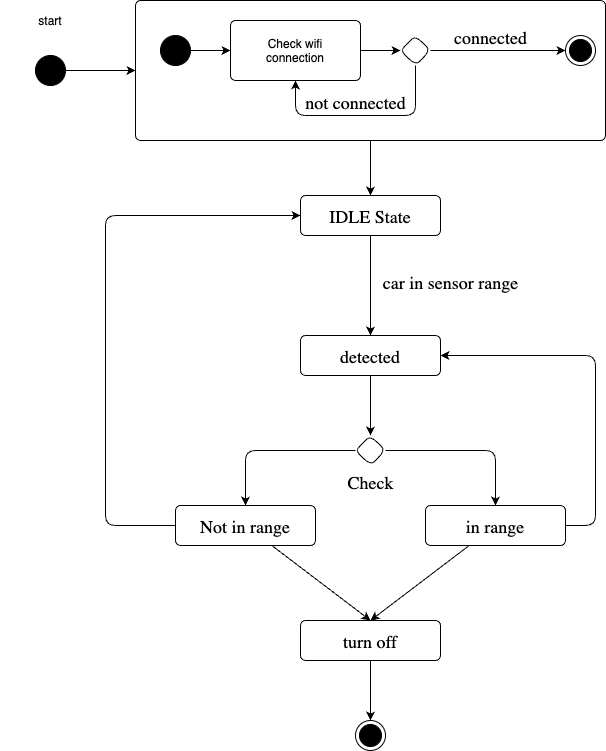
This is src/algorithm.drawio.png from tems2548/circuit_project_1, a draw.io export, as it was before one commit. Source tidied: cells renumbered, new cells last; positions are measured from the earlier drawing's top-left corner, leaving out a move shared by most shapes.
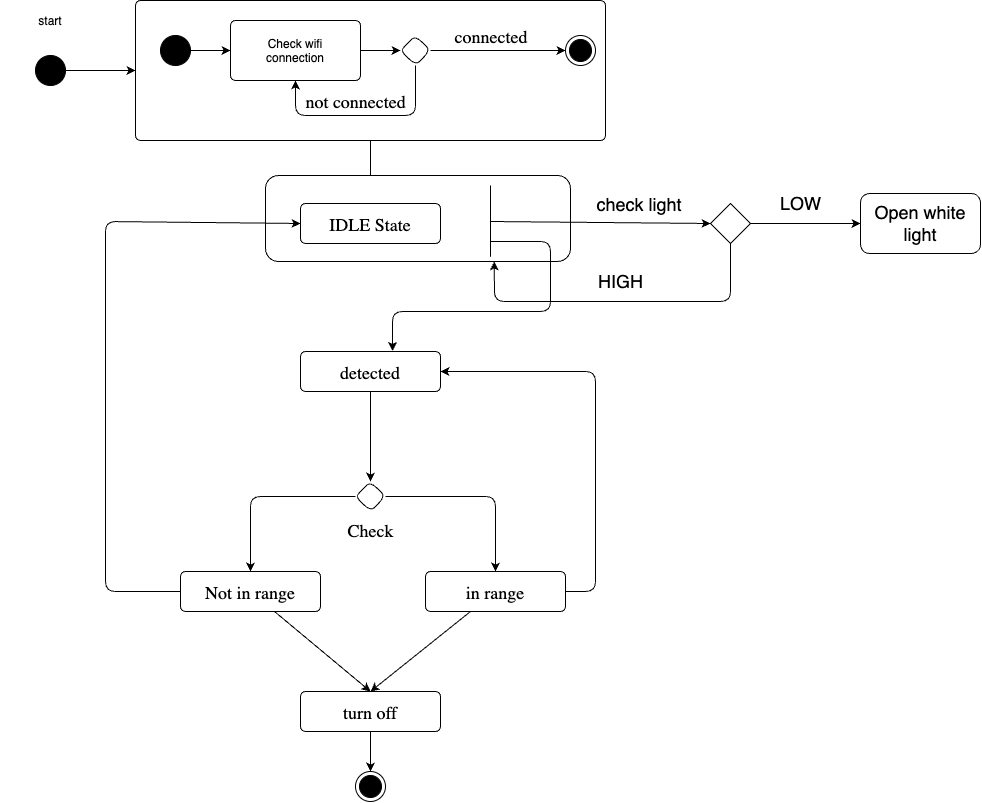
After the commit.

What changed in the source:
```diff
@@ -1,4 +1,4 @@
-<mxGraphModel background="#ffffff" shadow="1">
+<mxGraphModel background="#ffffff">
   <root>
     <mxCell id="0" />
     <mxCell id="1" parent="0" />
@@ -56,64 +56,56 @@
     <mxCell id="16" style="ellipse;shape=endState;fillColor=strokeColor;shadow=0;fontFamily=Lucida Console;fontSize=18;labelBackgroundColor=none;fontColor=default;verticalAlign=middle;labelBorderColor=none;rounded=1;" parent="1" vertex="1">
       <mxGeometry x="565" y="35" width="30" height="30" as="geometry" />
     </mxCell>
-    <mxCell id="17" style="edgeStyle=none;entryX=0.5;entryY=0;entryDx=0;entryDy=0;fontFamily=Lucida Console;fontSize=18;labelBackgroundColor=none;fontColor=default;verticalAlign=middle;labelBorderColor=none;rounded=1;" parent="1" edge="1" source="19" target="22">
-      <mxGeometry relative="1" as="geometry" />
-    </mxCell>
-    <mxCell id="18" value="car in sensor range" style="edgeLabel;align=center;verticalAlign=middle;fontSize=18;fontFamily=Lucida Console;labelBackgroundColor=none;fontColor=default;labelBorderColor=none;rounded=1;" parent="17" vertex="1">
-      <mxGeometry x="0.34" relative="1" as="geometry">
-        <mxPoint x="80" y="-22" as="offset" />
-      </mxGeometry>
-    </mxCell>
-    <mxCell id="19" value="IDLE State" style="align=center;verticalAlign=middle;rounded=1;absoluteArcSize=1;arcSize=10;dashed=0;shadow=0;fontFamily=Lucida Console;fontSize=18;labelBackgroundColor=none;fontColor=default;labelBorderColor=none;" parent="1" vertex="1">
-      <mxGeometry x="300" y="195" width="140" height="40" as="geometry" />
-    </mxCell>
     <mxCell id="20" style="edgeStyle=none;entryX=0.5;entryY=0;entryDx=0;entryDy=0;fontFamily=Lucida Console;fontSize=18;labelBackgroundColor=none;fontColor=default;verticalAlign=middle;labelBorderColor=none;rounded=1;" parent="1" edge="1" source="22" target="25">
       <mxGeometry relative="1" as="geometry" />
     </mxCell>
     <mxCell id="21" value="Check" style="edgeLabel;align=center;verticalAlign=middle;fontSize=18;fontFamily=Lucida Console;labelBackgroundColor=none;fontColor=default;labelBorderColor=none;rounded=1;" parent="20" vertex="1">
       <mxGeometry x="-0.67" y="1" relative="1" as="geometry">
-        <mxPoint x="-1" y="95" as="offset" />
+        <mxPoint x="-1" y="123" as="offset" />
       </mxGeometry>
     </mxCell>
     <mxCell id="22" value="detected" style="align=center;verticalAlign=middle;rounded=1;absoluteArcSize=1;arcSize=10;dashed=0;shadow=0;fontFamily=Lucida Console;fontSize=18;labelBackgroundColor=none;fontColor=default;labelBorderColor=none;" parent="1" vertex="1">
-      <mxGeometry x="300" y="335" width="140" height="40" as="geometry" />
+      <mxGeometry x="300" y="351" width="140" height="40" as="geometry" />
     </mxCell>
     <mxCell id="23" style="edgeStyle=none;entryX=0.5;entryY=0;entryDx=0;entryDy=0;fontFamily=Lucida Console;fontSize=18;labelBackgroundColor=none;fontColor=default;verticalAlign=middle;labelBorderColor=none;rounded=1;" parent="1" edge="1" source="25" target="31">
       <mxGeometry relative="1" as="geometry">
         <Array as="points">
-          <mxPoint x="245" y="450" />
+          <mxPoint x="250" y="496" />
         </Array>
       </mxGeometry>
     </mxCell>
     <mxCell id="24" style="edgeStyle=none;fontFamily=Lucida Console;fontSize=18;entryX=0.5;entryY=0;entryDx=0;entryDy=0;labelBackgroundColor=none;fontColor=default;verticalAlign=middle;labelBorderColor=none;rounded=1;" parent="1" edge="1" source="25" target="28">
       <mxGeometry relative="1" as="geometry">
         <Array as="points">
-          <mxPoint x="495" y="450" />
+          <mxPoint x="495" y="496" />
         </Array>
       </mxGeometry>
     </mxCell>
     <mxCell id="25" style="rhombus;shadow=0;fontFamily=Lucida Console;fontSize=18;labelBackgroundColor=none;fontColor=default;verticalAlign=middle;labelBorderColor=none;rounded=1;" parent="1" vertex="1">
-      <mxGeometry x="355" y="435" width="30" height="30" as="geometry" />
+      <mxGeometry x="355" y="481" width="30" height="30" as="geometry" />
     </mxCell>
-    <mxCell id="26" style="edgeStyle=none;entryX=1;entryY=0.5;entryDx=0;entryDy=0;fontFamily=Lucida Console;fontSize=18;labelBackgroundColor=none;fontColor=default;verticalAlign=middle;labelBorderColor=none;rounded=1;" parent="1" edge="1" source="28" target="22">
+    <mxCell id="26" style="edgeStyle=none;entryX=1;entryY=0.5;entryDx=0;entryDy=0;fontFamily=Lucida Console;fontSize=18;labelBackgroundColor=none;fontColor=default;verticalAlign=middle;labelBorderColor=none;rounded=1;exitX=1;exitY=0.5;exitDx=0;exitDy=0;" parent="1" edge="1" source="28" target="22">
       <mxGeometry relative="1" as="geometry">
         <Array as="points">
-          <mxPoint x="595" y="525" />
-          <mxPoint x="595" y="355" />
+          <mxPoint x="595" y="591" />
+          <mxPoint x="595" y="371" />
         </Array>
       </mxGeometry>
     </mxCell>
     <mxCell id="27" style="edgeStyle=none;entryX=0.5;entryY=0;entryDx=0;entryDy=0;fontFamily=Lucida Console;fontSize=18;labelBackgroundColor=none;fontColor=default;verticalAlign=middle;labelBorderColor=none;rounded=1;" parent="1" edge="1" source="28" target="33">
       <mxGeometry relative="1" as="geometry" />
     </mxCell>
+    <mxCell id="35" style="rounded=1;whiteSpace=wrap;html=1;" parent="1" vertex="1">
+      <mxGeometry x="265" y="175" width="305" height="86" as="geometry" />
+    </mxCell>
     <mxCell id="28" value="in range" style="align=center;verticalAlign=middle;rounded=1;absoluteArcSize=1;arcSize=10;dashed=0;shadow=0;fontFamily=Lucida Console;fontSize=18;labelBackgroundColor=none;fontColor=default;labelBorderColor=none;" parent="1" vertex="1">
-      <mxGeometry x="425" y="505" width="140" height="40" as="geometry" />
+      <mxGeometry x="425" y="571" width="140" height="40" as="geometry" />
     </mxCell>
     <mxCell id="29" style="edgeStyle=none;entryX=0;entryY=0.5;entryDx=0;entryDy=0;fontFamily=Lucida Console;fontSize=18;verticalAlign=middle;labelBorderColor=none;rounded=1;" parent="1" edge="1" source="31" target="19">
       <mxGeometry relative="1" as="geometry">
         <Array as="points">
-          <mxPoint x="105" y="525" />
-          <mxPoint x="105" y="215" />
+          <mxPoint x="105" y="591" />
+          <mxPoint x="105" y="221" />
         </Array>
       </mxGeometry>
     </mxCell>
@@ -121,16 +113,77 @@
       <mxGeometry relative="1" as="geometry" />
     </mxCell>
     <mxCell id="31" value="Not in range" style="align=center;verticalAlign=middle;rounded=1;absoluteArcSize=1;arcSize=10;dashed=0;shadow=0;fontFamily=Lucida Console;fontSize=18;labelBackgroundColor=none;fontColor=default;labelBorderColor=none;" parent="1" vertex="1">
-      <mxGeometry x="175" y="505" width="140" height="40" as="geometry" />
+      <mxGeometry x="180" y="571" width="140" height="40" as="geometry" />
     </mxCell>
     <mxCell id="32" style="edgeStyle=none;entryX=0.5;entryY=0;entryDx=0;entryDy=0;fontFamily=Lucida Console;fontSize=18;labelBackgroundColor=none;fontColor=default;verticalAlign=middle;labelBorderColor=none;rounded=1;" parent="1" edge="1" source="33" target="34">
       <mxGeometry relative="1" as="geometry" />
     </mxCell>
     <mxCell id="33" value="turn off" style="align=center;verticalAlign=middle;rounded=1;absoluteArcSize=1;arcSize=10;dashed=0;shadow=0;fontFamily=Lucida Console;fontSize=18;labelBackgroundColor=none;fontColor=default;labelBorderColor=none;" parent="1" vertex="1">
-      <mxGeometry x="300" y="620" width="140" height="40" as="geometry" />
+      <mxGeometry x="300" y="691" width="140" height="40" as="geometry" />
     </mxCell>
     <mxCell id="34" style="ellipse;shape=endState;fillColor=strokeColor;shadow=0;fontFamily=Lucida Console;fontSize=18;verticalAlign=middle;labelBorderColor=none;rounded=1;" parent="1" vertex="1">
-      <mxGeometry x="355" y="720" width="30" height="30" as="geometry" />
+      <mxGeometry x="355" y="771" width="30" height="30" as="geometry" />
     </mxCell>
+    <mxCell id="19" value="IDLE State" style="align=center;verticalAlign=middle;rounded=1;absoluteArcSize=1;arcSize=10;dashed=0;shadow=0;fontFamily=Lucida Console;fontSize=18;labelBackgroundColor=none;fontColor=default;labelBorderColor=none;" parent="1" vertex="1">
+      <mxGeometry x="300" y="203" width="140" height="40" as="geometry" />
+    </mxCell>
+    <mxCell id="36" style="endArrow=none;html=1;" parent="1" edge="1">
+      <mxGeometry relative="1" as="geometry">
+        <mxPoint x="490" y="235" as="sourcePoint" />
+        <mxPoint x="490" y="185" as="targetPoint" />
+        <Array as="points">
+          <mxPoint x="490" y="261" />
+        </Array>
+      </mxGeometry>
+    </mxCell>
+    <mxCell id="37" style="endArrow=classic;html=1;entryX=0.658;entryY=-0.016;entryDx=0;entryDy=0;entryPerimeter=0;" parent="1" edge="1" target="22">
+      <mxGeometry relative="1" as="geometry">
+        <mxPoint x="490" y="241" as="sourcePoint" />
+        <Array as="points">
+          <mxPoint x="550" y="241" />
+          <mxPoint x="550" y="311" />
+          <mxPoint x="392" y="311" />
+        </Array>
+      </mxGeometry>
+    </mxCell>
+    <mxCell id="38" style="endArrow=classic;html=1;entryX=0;entryY=0.5;entryDx=0;entryDy=0;" parent="1" edge="1">
+      <mxGeometry relative="1" as="geometry">
+        <mxPoint x="490" y="221" as="sourcePoint" />
+        <mxPoint x="710" y="223" as="targetPoint" />
+      </mxGeometry>
+    </mxCell>
+    <mxCell id="39" value="&lt;font style=&quot;font-size: 18px;&quot;&gt;check light&amp;nbsp;&lt;/font&gt;" style="edgeLabel;html=1;align=center;verticalAlign=middle;" parent="38" vertex="1">
+      <mxGeometry x="0.43" y="1" relative="1" as="geometry">
+        <mxPoint x="-7" y="-18" as="offset" />
+      </mxGeometry>
+    </mxCell>
+    <mxCell id="40" style="edgeStyle=none;html=1;entryX=0;entryY=0.5;entryDx=0;entryDy=0;fontSize=18;" parent="1" edge="1" source="44" target="45">
+      <mxGeometry relative="1" as="geometry" />
+    </mxCell>
+    <mxCell id="41" value="LOW" style="edgeLabel;html=1;align=center;verticalAlign=middle;fontSize=18;" parent="40" vertex="1">
+      <mxGeometry x="-0.27" y="-3" relative="1" as="geometry">
+        <mxPoint x="10" y="-23" as="offset" />
+      </mxGeometry>
+    </mxCell>
+    <mxCell id="42" style="edgeStyle=none;html=1;entryX=0.75;entryY=1;entryDx=0;entryDy=0;fontSize=18;" parent="1" edge="1" source="44" target="35">
+      <mxGeometry relative="1" as="geometry">
+        <Array as="points">
+          <mxPoint x="730" y="262" />
+          <mxPoint x="730" y="301" />
+          <mxPoint x="494" y="301" />
+        </Array>
+      </mxGeometry>
+    </mxCell>
+    <mxCell id="43" value="HIGH" style="edgeLabel;html=1;align=center;verticalAlign=middle;fontSize=18;" parent="42" vertex="1">
+      <mxGeometry x="0.6" y="-1" relative="1" as="geometry">
+        <mxPoint x="99" y="-19" as="offset" />
+      </mxGeometry>
+    </mxCell>
+    <mxCell id="44" style="rhombus;whiteSpace=wrap;html=1;" parent="1" vertex="1">
+      <mxGeometry x="710" y="203" width="40" height="40" as="geometry" />
+    </mxCell>
+    <mxCell id="45" value="Open white light" style="rounded=1;whiteSpace=wrap;html=1;fontSize=18;" parent="1" vertex="1">
+      <mxGeometry x="860" y="193" width="120" height="60" as="geometry" />
+    </mxCell>
   </root>
 </mxGraphModel>
```
